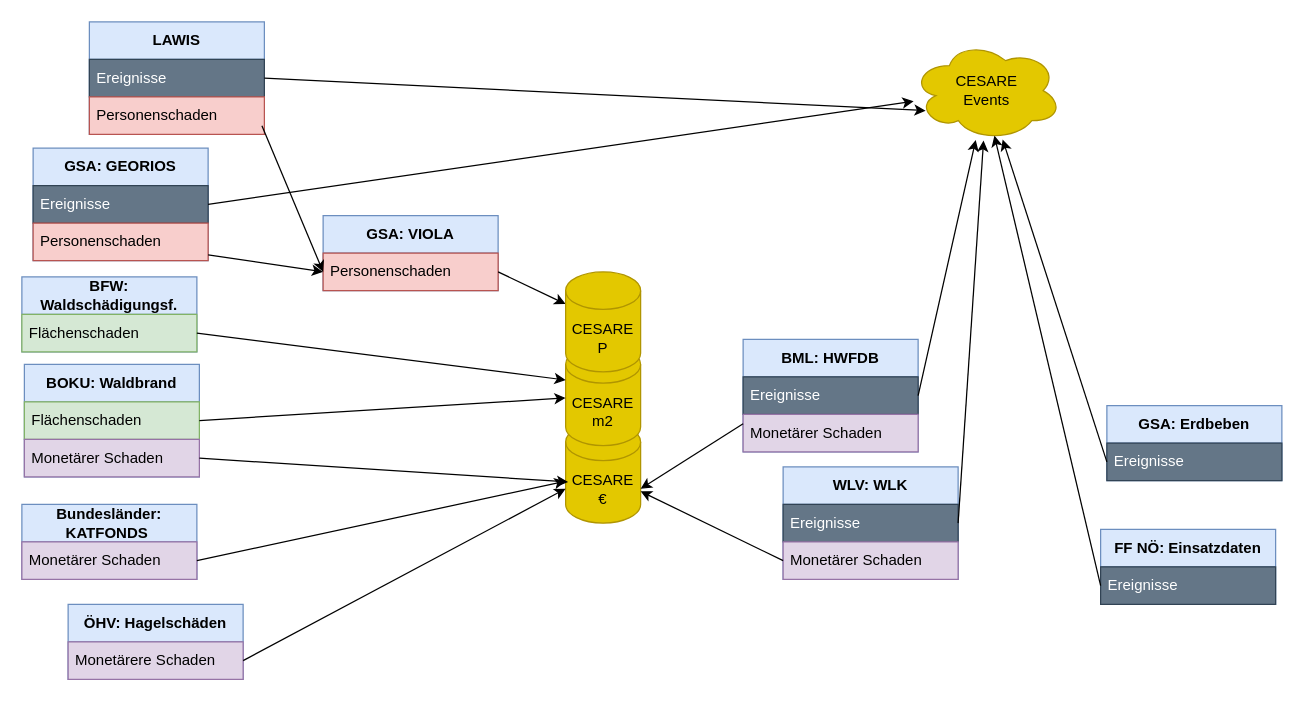
Before: Unbenanntes Diagramm.drawio in thomini/cesare_data_flow, a draw.io diagram. Source tidied: cells renumbered, new cells numbered last; positions are measured from the earlier drawing's top-left corner, leaving out a move shared by most shapes. Both pictures are drawn from the tidied source at 125%, with x=0, y=0 at pixel (21, 21).
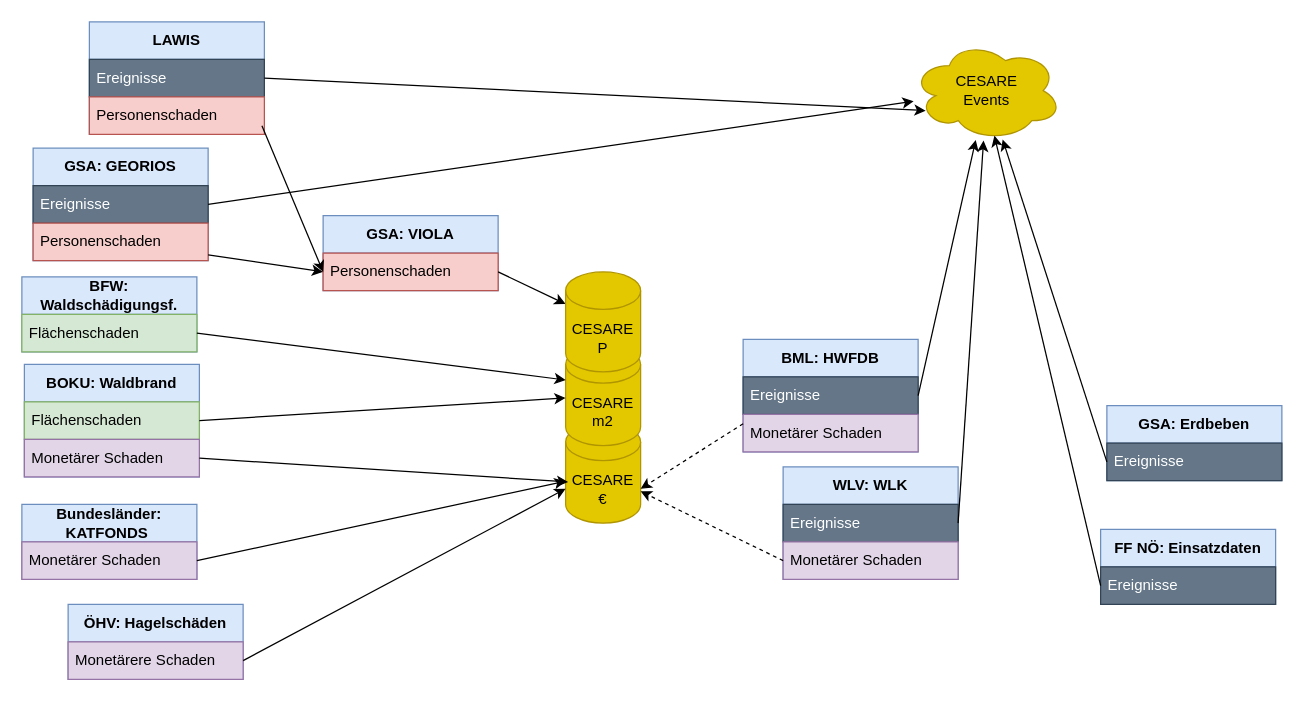
The same page after the edit.

Unchanged cells that the change refers to:
```xml
<mxCell id="7" value="CESARE&lt;div&gt;€&lt;/div&gt;" style="shape=cylinder3;whiteSpace=wrap;html=1;boundedLbl=1;backgroundOutline=1;size=15;fillColor=#e3c800;fontColor=#000000;strokeColor=#B09500;" parent="1" vertex="1">
  <mxGeometry x="435" y="321" width="60" height="80" as="geometry" />
</mxCell>
<mxCell id="13" value="Monetärer Schaden" style="text;strokeColor=#9673a6;fillColor=#e1d5e7;align=left;verticalAlign=middle;spacingLeft=4;spacingRight=4;overflow=hidden;points=[[0,0.5],[1,0.5]];portConstraint=eastwest;whiteSpace=wrap;html=1;" parent="11" vertex="1">
  <mxGeometry y="60" width="140" height="30" as="geometry" />
</mxCell>
<mxCell id="25" value="&lt;b&gt;BML: HWFDB&lt;/b&gt;" style="swimlane;fontStyle=0;horizontal=1;startSize=30;whiteSpace=wrap;html=1;fillColor=#dae8fc;strokeColor=#6c8ebf;" parent="1" vertex="1">
  <mxGeometry x="577" y="254" width="140" height="90" as="geometry" />
</mxCell>
```

Diff of the diagram source:
```diff
@@
-    <mxCell id="19" style="endArrow=classic;html=1;rounded=0;exitX=0;exitY=0.5;exitDx=0;exitDy=0;" parent="1" edge="1" source="13" target="7">
+    <mxCell id="19" style="endArrow=classic;html=1;rounded=0;exitX=0;exitY=0.5;exitDx=0;exitDy=0;dashed=1;" parent="1" edge="1" source="13" target="7">
       <mxGeometry relative="1" as="geometry" />
     </mxCell>
@@
-    <mxCell id="40" style="endArrow=classic;html=1;rounded=0;exitX=0;exitY=0.75;exitDx=0;exitDy=0;entryX=1;entryY=0;entryDx=0;entryDy=52.5;entryPerimeter=0;" parent="1" edge="1" source="25" target="7">
+    <mxCell id="40" style="endArrow=classic;html=1;rounded=0;exitX=0;exitY=0.75;exitDx=0;exitDy=0;entryX=1;entryY=0;entryDx=0;entryDy=52.5;entryPerimeter=0;dashed=1;" parent="1" edge="1" source="25" target="7">
       <mxGeometry relative="1" as="geometry" />
     </mxCell>
```
